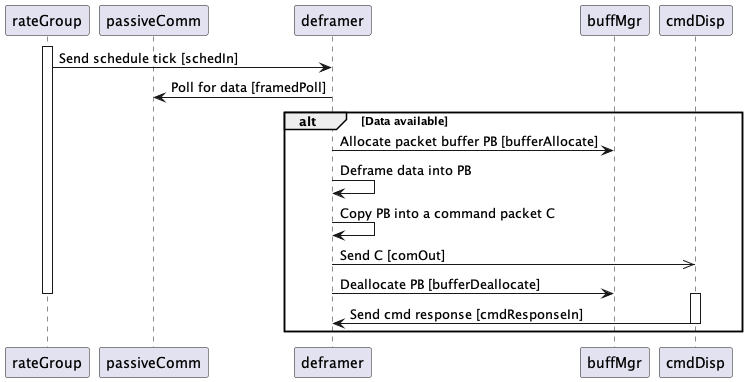
Earlier version of the PlantUML export Svc/Deframer/docs/img/sequence-diagrams/passive-cmd-packet.png (nasa/fprime).
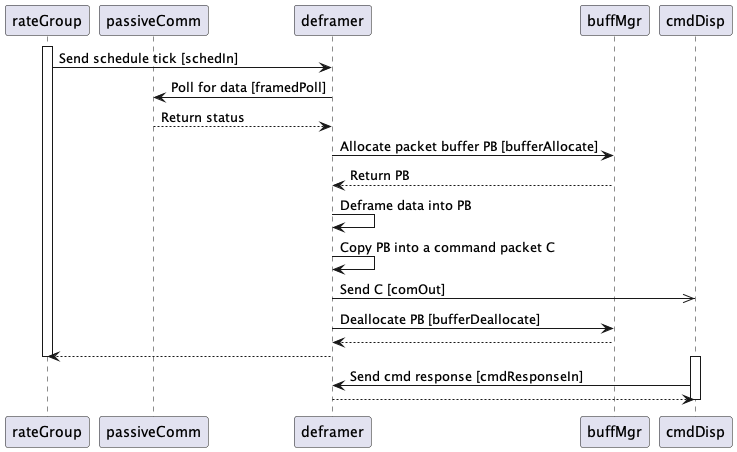
Above is the later version.

Commit message:
Revise Deframer SDD

The edit, as a diff of the source:
```diff
@@ -11,21 +11,25 @@
 rateGroup -> deframer: Send schedule tick [schedIn]
 
 deframer -> passiveComm: Poll for data [framedPoll]
+passiveComm --> deframer: Return status
 
-alt Data available
+deframer -> buffMgr: Allocate packet buffer PB [bufferAllocate]
+buffMgr --> deframer: Return PB
 
-  deframer -> buffMgr: Allocate packet buffer PB [bufferAllocate]
-  deframer -> deframer: Deframe data into PB
-  deframer -> deframer: Copy PB into a command packet C
-  deframer ->> cmdDisp: Send C [comOut]
-  deframer -> buffMgr: Deallocate PB [bufferDeallocate]
+deframer -> deframer: Deframe data into PB
+deframer -> deframer: Copy PB into a command packet C
+deframer ->> cmdDisp: Send C [comOut]
+
+deframer -> buffMgr: Deallocate PB [bufferDeallocate]
+buffMgr --> deframer
+
+deframer --> rateGroup
 
 deactivate rateGroup
 
-  activate cmdDisp
-  cmdDisp -> deframer: Send cmd response [cmdResponseIn]
-  deactivate cmdDisp
-
-end
+activate cmdDisp
+cmdDisp -> deframer: Send cmd response [cmdResponseIn]
+deframer --> cmdDisp
+deactivate cmdDisp
 
 @enduml
```
